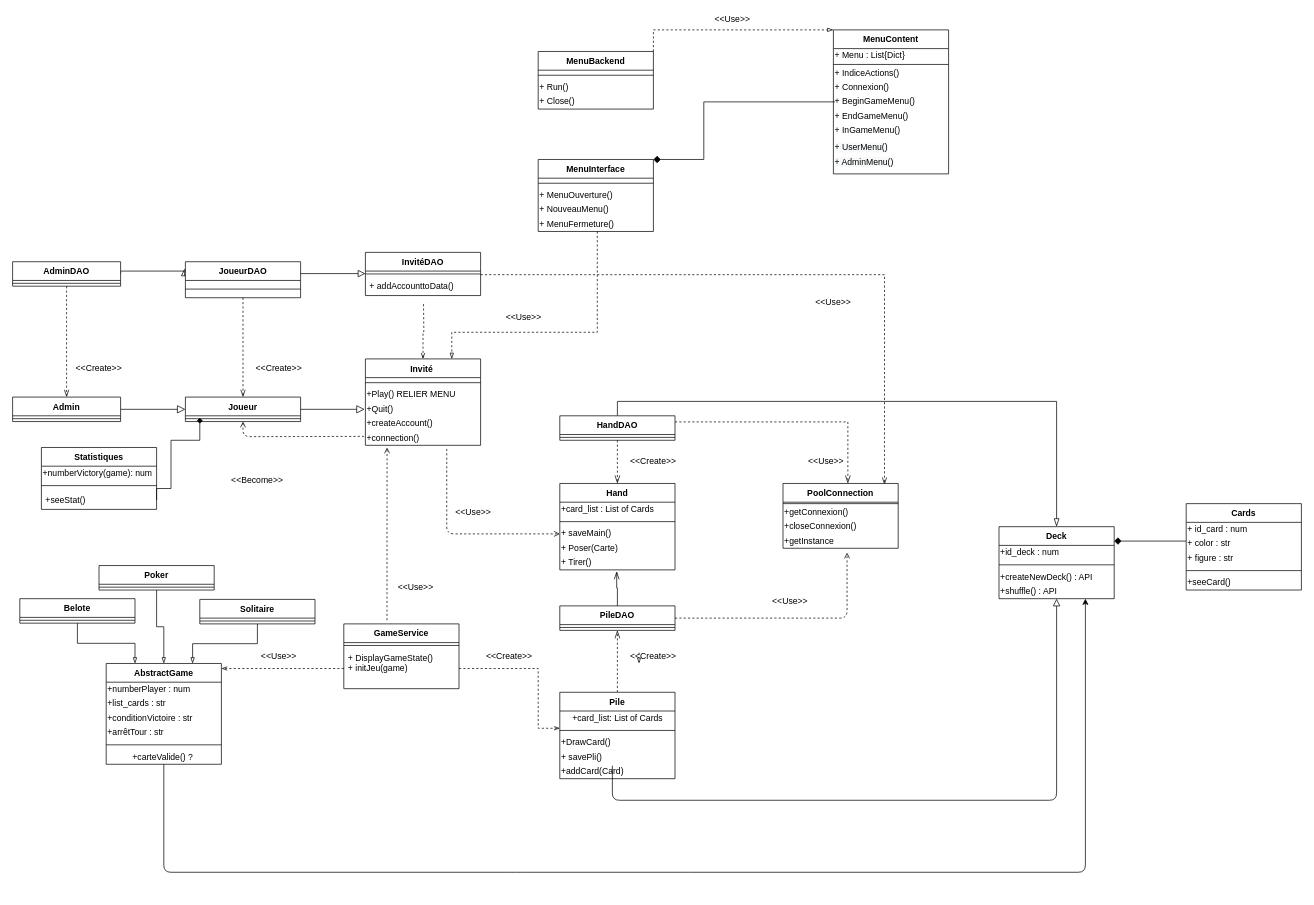
Earlier version of the draw.io diagram Diagrams/ClassDiagram.drawio (MailineN/ProjetInfo2A). Source tidied: cells renumbered, new cells numbered last; positions are measured from the earlier drawing's top-left corner, leaving out a move shared by most shapes. Both pictures are drawn from the tidied source at 72%, with x=0, y=0 at pixel (12, 12).
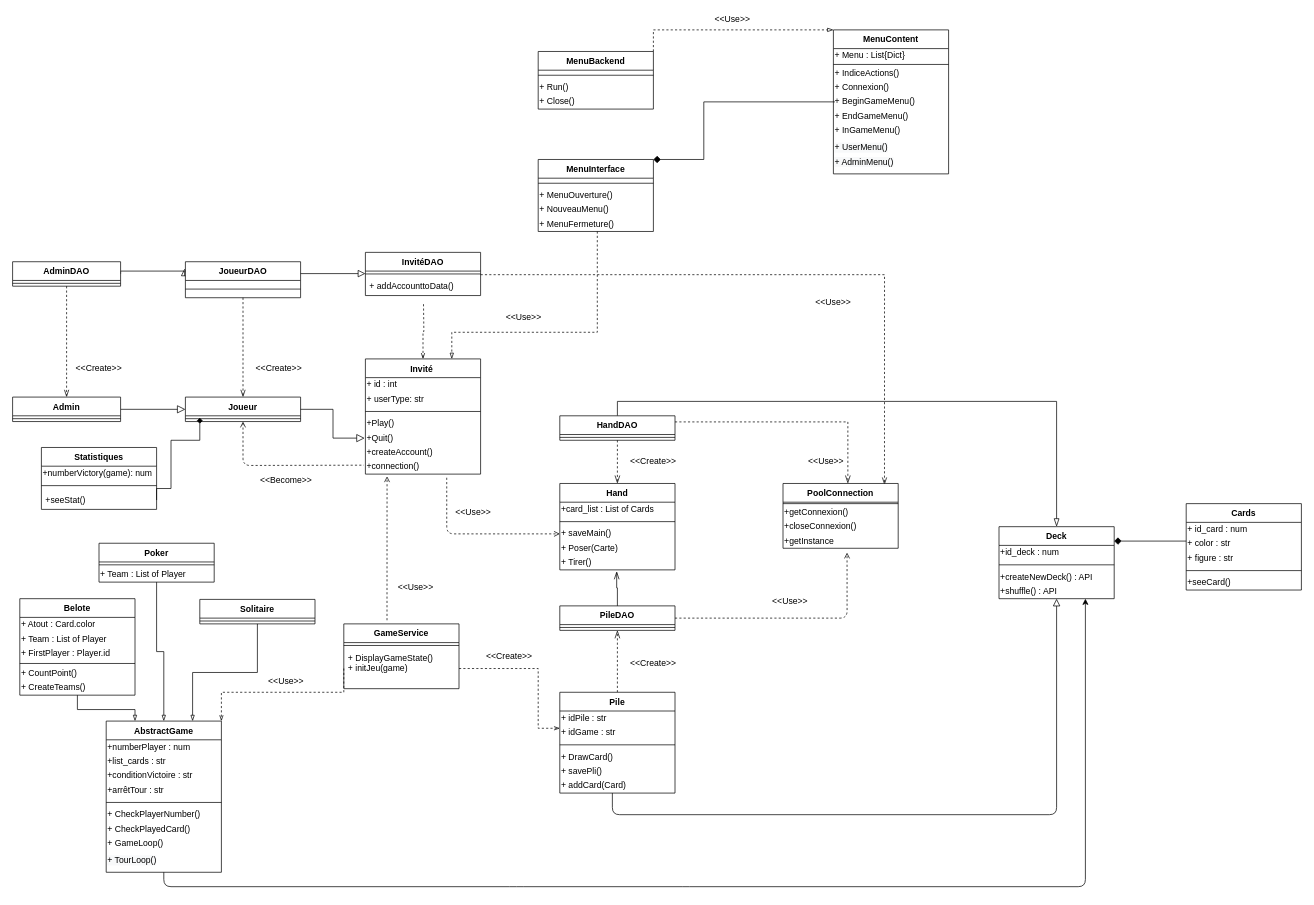
After the change.

Unchanged cells that the change refers to:
```xml
<mxCell id="10" value="+ DisplayGameState()&#10;+ initJeu(game)" style="text;strokeColor=none;fillColor=none;align=left;verticalAlign=top;spacingLeft=4;spacingRight=4;overflow=hidden;points=[[0,0.5],[1,0.5]];portConstraint=eastwest;" parent="8" vertex="1">
  <mxGeometry y="34" width="160" height="56" as="geometry" />
</mxCell>
<mxCell id="25" value="Joueur&#10;" style="swimlane;fontStyle=1;align=center;verticalAlign=top;horizontal=1;startSize=26;fontColor=none;" parent="1" vertex="1">
  <mxGeometry x="240" y="534" width="160" height="34" as="geometry" />
</mxCell>
<mxCell id="42" value="Deck" style="swimlane;fontStyle=1;align=center;verticalAlign=top;horizontal=1;startSize=26;fontColor=none;" parent="1" vertex="1">
  <mxGeometry x="1370" y="714" width="160" height="100" as="geometry" />
</mxCell>
```

Change to the diagram source:
```diff
@@
-    <mxCell id="5" style="edgeStyle=orthogonalEdgeStyle;rounded=0;jettySize=auto;html=1;exitX=0;exitY=0.5;exitDx=0;exitDy=0;entryX=1;entryY=0.5;entryDx=0;entryDy=0;endArrow=openThin;endFill=0;fontColor=none;dashed=1;" parent="1" edge="1" source="10">
+    <mxCell id="5" style="edgeStyle=orthogonalEdgeStyle;rounded=0;jettySize=auto;html=1;exitX=0;exitY=0.5;exitDx=0;exitDy=0;entryX=1;entryY=0;entryDx=0;entryDy=0;endArrow=openThin;endFill=0;fontColor=none;dashed=1;" parent="1" edge="1" source="10" target="80">
       <mxGeometry relative="1" as="geometry">
-        <mxPoint x="290" y="911" as="targetPoint" />
+        <Array as="points">
+          <mxPoint x="460" y="944" />
+          <mxPoint x="290" y="944" />
+        </Array>
       </mxGeometry>
     </mxCell>
     <mxCell id="6" value="&amp;lt;&amp;lt;Use&amp;gt;&amp;gt;" style="text;html=1;strokeColor=none;fillColor=none;align=center;verticalAlign=middle;whiteSpace=wrap;rounded=0;fontColor=none;" parent="1" vertex="1">
-      <mxGeometry x="350" y="884" width="40" height="20" as="geometry" />
+      <mxGeometry x="360" y="919" width="40" height="20" as="geometry" />
     </mxCell>
@@
     <mxCell id="32" value="Pile" style="swimlane;fontStyle=1;align=center;verticalAlign=top;horizontal=1;startSize=26;fontColor=none;" parent="1" vertex="1">
-      <mxGeometry x="760" y="944" width="160" height="120" as="geometry" />
+      <mxGeometry x="760" y="944" width="160" height="140" as="geometry" />
     </mxCell>
-    <mxCell id="33" value="+card_list: List of Cards" style="text;html=1;align=center;verticalAlign=middle;fontColor=none;" parent="32" vertex="1">
-      <mxGeometry y="26" width="160" height="20" as="geometry" />
-    </mxCell>
+    <mxCell id="134" value="+ idPile : str" style="text;html=1;align=left;verticalAlign=middle;fontColor=none;" parent="32" vertex="1">
+      <mxGeometry y="26" width="160" height="20" as="geometry" />
+    </mxCell>
+    <mxCell id="135" value="+ idGame : str" style="text;html=1;align=left;verticalAlign=middle;fontColor=none;" parent="32" vertex="1">
+      <mxGeometry y="46" width="160" height="20" as="geometry" />
+    </mxCell>
     <mxCell id="34" style="line;strokeWidth=1;fillColor=none;align=left;verticalAlign=middle;spacingTop=-1;spacingLeft=3;spacingRight=3;labelPosition=right;" parent="32" vertex="1">
-      <mxGeometry y="46" width="160" height="14" as="geometry" />
+      <mxGeometry y="66" width="160" height="14" as="geometry" />
     </mxCell>
-    <mxCell id="35" value="+DrawCard()" style="text;html=1;align=left;verticalAlign=middle;fontColor=none;" parent="32" vertex="1">
-      <mxGeometry y="60" width="160" height="20" as="geometry" />
+    <mxCell id="35" value="+ DrawCard()" style="text;html=1;align=left;verticalAlign=middle;fontColor=none;" parent="32" vertex="1">
+      <mxGeometry y="80" width="160" height="20" as="geometry" />
     </mxCell>
     <mxCell id="36" value="+ savePli()" style="text;html=1;align=left;verticalAlign=middle;fontColor=none;" parent="32" vertex="1">
-      <mxGeometry y="80" width="160" height="20" as="geometry" />
+      <mxGeometry y="100" width="160" height="20" as="geometry" />
     </mxCell>
-    <mxCell id="37" value="+addCard(Card)" style="text;html=1;align=left;verticalAlign=middle;fontColor=none;" parent="32" vertex="1">
-      <mxGeometry y="100" width="160" height="20" as="geometry" />
+    <mxCell id="37" value="+ addCard(Card)" style="text;html=1;align=left;verticalAlign=middle;fontColor=none;" parent="32" vertex="1">
+      <mxGeometry y="120" width="160" height="20" as="geometry" />
     </mxCell>
@@
-    <mxCell id="39" value="&amp;lt;&amp;lt;Create&amp;gt;&amp;gt;" style="text;html=1;strokeColor=none;fillColor=none;align=center;verticalAlign=middle;whiteSpace=wrap;rounded=0;fontColor=none;" parent="1" vertex="1">
-      <mxGeometry x="870" y="884" width="40" height="20" as="geometry" />
-    </mxCell>
@@
     <mxCell id="47" style="endArrow=block;html=1;strokeWidth=1;fontColor=none;entryX=0.5;entryY=1;entryDx=0;entryDy=0;endFill=0;endSize=8;" parent="1" edge="1" target="42">
       <mxGeometry relative="1" as="geometry">
-        <mxPoint x="833" y="1046" as="sourcePoint" />
+        <mxPoint x="833" y="1084" as="sourcePoint" />
         <Array as="points">
-          <mxPoint x="833" y="1094" />
-          <mxPoint x="1450" y="1094" />
+          <mxPoint x="833" y="1114" />
+          <mxPoint x="1450" y="1114" />
         </Array>
       </mxGeometry>
     </mxCell>
@@
     <mxCell id="49" style="endArrow=classic;html=1;strokeWidth=1;fontColor=none;exitX=0.5;exitY=1;exitDx=0;exitDy=0;entryX=0.75;entryY=1;entryDx=0;entryDy=0;" parent="1" edge="1" source="80" target="42">
       <mxGeometry relative="1" as="geometry">
         <Array as="points">
-          <mxPoint x="210" y="1194" />
-          <mxPoint x="700" y="1194" />
-          <mxPoint x="930" y="1194" />
-          <mxPoint x="1490" y="1194" />
+          <mxPoint x="210" y="1214" />
+          <mxPoint x="700" y="1214" />
+          <mxPoint x="930" y="1214" />
+          <mxPoint x="1490" y="1214" />
         </Array>
       </mxGeometry>
     </mxCell>
@@
     <mxCell id="64" value="Invité " style="swimlane;fontStyle=1;align=center;verticalAlign=top;horizontal=1;startSize=26;fontColor=none;" parent="1" vertex="1">
-      <mxGeometry x="490" y="481" width="160" height="120" as="geometry" />
+      <mxGeometry x="490" y="481" width="160" height="160" as="geometry" />
     </mxCell>
+    <mxCell id="136" value="+ id : int" style="text;html=1;align=left;verticalAlign=middle;fontColor=none;" parent="64" vertex="1">
+      <mxGeometry y="26" width="160" height="20" as="geometry" />
+    </mxCell>
+    <mxCell id="137" value="+ userType: str" style="text;html=1;align=left;verticalAlign=middle;fontColor=none;" parent="64" vertex="1">
+      <mxGeometry y="46" width="160" height="20" as="geometry" />
+    </mxCell>
     <mxCell id="65" style="line;strokeWidth=1;fillColor=none;align=left;verticalAlign=middle;spacingTop=-1;spacingLeft=3;spacingRight=3;labelPosition=right;" parent="64" vertex="1">
-      <mxGeometry y="26" width="160" height="14" as="geometry" />
+      <mxGeometry y="66" width="160" height="14" as="geometry" />
     </mxCell>
-    <mxCell id="66" value="+Play() RELIER MENU" style="text;html=1;align=left;verticalAlign=middle;fontColor=none;" parent="64" vertex="1">
-      <mxGeometry y="40" width="160" height="20" as="geometry" />
+    <mxCell id="66" value="+Play()" style="text;html=1;align=left;verticalAlign=middle;fontColor=none;" parent="64" vertex="1">
+      <mxGeometry y="80" width="160" height="20" as="geometry" />
     </mxCell>
     <mxCell id="67" value="+Quit()" style="text;html=1;align=left;verticalAlign=middle;points=[];fontColor=none;" parent="64" vertex="1">
-      <mxGeometry y="60" width="160" height="20" as="geometry" />
+      <mxGeometry y="100" width="160" height="20" as="geometry" />
     </mxCell>
     <mxCell id="68" value="+createAccount()" style="text;html=1;align=left;verticalAlign=middle;fontColor=none;" parent="64" vertex="1">
-      <mxGeometry y="80" width="160" height="20" as="geometry" />
+      <mxGeometry y="120" width="160" height="20" as="geometry" />
     </mxCell>
     <mxCell id="69" value="+connection()" style="text;html=1;align=left;verticalAlign=middle;points=[];fontColor=none;" parent="64" vertex="1">
-      <mxGeometry y="100" width="160" height="20" as="geometry" />
+      <mxGeometry y="140" width="160" height="20" as="geometry" />
     </mxCell>
     <mxCell id="70" style="endArrow=none;dashed=1;html=1;strokeWidth=1;fontColor=none;entryX=-0.013;entryY=0.379;entryDx=0;entryDy=0;entryPerimeter=0;exitX=0.5;exitY=1;exitDx=0;exitDy=0;endFill=0;startArrow=open;startFill=0;" parent="1" edge="1" source="25" target="69">
       <mxGeometry relative="1" as="geometry">
         <Array as="points">
-          <mxPoint x="320" y="589" />
+          <mxPoint x="320" y="629" />
         </Array>
       </mxGeometry>
     </mxCell>
     <mxCell id="71" value="&amp;lt;&amp;lt;Become&amp;gt;&amp;gt;" style="text;html=1;strokeColor=none;fillColor=none;align=center;verticalAlign=middle;whiteSpace=wrap;rounded=0;fontColor=none;" parent="1" vertex="1">
-      <mxGeometry x="320" y="641" width="40" height="17" as="geometry" />
+      <mxGeometry x="360" y="641" width="40" height="17" as="geometry" />
     </mxCell>
@@
-    <mxCell id="80" value="AbstractGame" style="swimlane;fontStyle=1;align=center;verticalAlign=top;horizontal=1;startSize=26;" parent="1" vertex="1">
-      <mxGeometry x="130" y="904" width="160" height="140" as="geometry" />
-    </mxCell>
-    <mxCell id="81" value="+numberPlayer : num" style="text;html=1;align=left;verticalAlign=middle;fontColor=none;" parent="80" vertex="1">
-      <mxGeometry y="26" width="160" height="20" as="geometry" />
-    </mxCell>
-    <mxCell id="82" value="+list_cards : str" style="text;html=1;align=left;verticalAlign=middle;fontColor=none;" parent="80" vertex="1">
-      <mxGeometry y="46" width="160" height="20" as="geometry" />
-    </mxCell>
-    <mxCell id="83" value="+conditionVictoire : str" style="text;html=1;align=left;verticalAlign=middle;fontColor=none;" parent="80" vertex="1">
-      <mxGeometry y="66" width="160" height="20" as="geometry" />
-    </mxCell>
-    <mxCell id="84" value="+arrêtTour : str" style="text;html=1;align=left;verticalAlign=middle;fontColor=none;" parent="80" vertex="1">
-      <mxGeometry y="86" width="160" height="20" as="geometry" />
-    </mxCell>
-    <mxCell id="85" style="line;strokeWidth=1;fillColor=none;align=left;verticalAlign=middle;spacingTop=-1;spacingLeft=3;spacingRight=3;labelPosition=right;" parent="80" vertex="1">
-      <mxGeometry y="106" width="160" height="14" as="geometry" />
-    </mxCell>
-    <mxCell id="86" value="+carteValide() ?&amp;nbsp;" style="text;html=1;align=center;verticalAlign=middle;fontColor=none;" parent="80" vertex="1">
-      <mxGeometry y="120" width="160" height="20" as="geometry" />
-    </mxCell>
@@
-    <mxCell id="90" style="edgeStyle=orthogonalEdgeStyle;rounded=0;orthogonalLoop=1;jettySize=auto;html=1;exitX=0;exitY=0.25;exitDx=0;exitDy=0;entryX=0;entryY=1;entryDx=0;entryDy=0;dashed=1;startArrow=none;startFill=0;endArrow=openThin;endFill=0;" parent="1" edge="1" source="39" target="39">
-      <mxGeometry relative="1" as="geometry" />
-    </mxCell>
@@
     <mxCell id="99" value="Belote" style="swimlane;fontStyle=1;align=center;verticalAlign=top;horizontal=1;startSize=26;fontColor=none;" parent="1" vertex="1">
-      <mxGeometry x="10" y="814" width="160" height="34" as="geometry" />
+      <mxGeometry x="10" y="814" width="160" height="134" as="geometry" />
     </mxCell>
+    <mxCell id="138" value="+ Atout : Card.color" style="text;html=1;align=left;verticalAlign=middle;fontColor=none;" parent="99" vertex="1">
+      <mxGeometry y="26" width="160" height="20" as="geometry" />
+    </mxCell>
+    <mxCell id="139" value="+ Team : List of Player" style="text;html=1;align=left;verticalAlign=middle;fontColor=none;" parent="99" vertex="1">
+      <mxGeometry y="46" width="160" height="20" as="geometry" />
+    </mxCell>
+    <mxCell id="140" value="+ FirstPlayer : Player.id" style="text;html=1;align=left;verticalAlign=middle;fontColor=none;" parent="99" vertex="1">
+      <mxGeometry y="66" width="160" height="20" as="geometry" />
+    </mxCell>
     <mxCell id="100" style="line;strokeWidth=1;fillColor=none;align=left;verticalAlign=middle;spacingTop=-1;spacingLeft=3;spacingRight=3;labelPosition=right;" parent="99" vertex="1">
-      <mxGeometry y="26" width="160" height="8" as="geometry" />
+      <mxGeometry y="86" width="160" height="8" as="geometry" />
     </mxCell>
-    <mxCell id="101" value="Poker" style="swimlane;fontStyle=1;align=center;verticalAlign=top;horizontal=1;startSize=26;fontColor=none;" parent="1" vertex="1">
-      <mxGeometry x="120" y="768" width="160" height="34" as="geometry" />
-    </mxCell>
-    <mxCell id="102" style="line;strokeWidth=1;fillColor=none;align=left;verticalAlign=middle;spacingTop=-1;spacingLeft=3;spacingRight=3;labelPosition=right;" parent="101" vertex="1">
-      <mxGeometry y="26" width="160" height="8" as="geometry" />
-    </mxCell>
+    <mxCell id="141" value="+ CountPoint()" style="text;html=1;align=left;verticalAlign=middle;fontColor=none;" parent="99" vertex="1">
+      <mxGeometry y="94" width="160" height="20" as="geometry" />
+    </mxCell>
+    <mxCell id="142" value="+ CreateTeams()" style="text;html=1;align=left;verticalAlign=middle;fontColor=none;" parent="99" vertex="1">
+      <mxGeometry y="114" width="160" height="20" as="geometry" />
+    </mxCell>
@@
+    <mxCell id="101" value="Poker" style="swimlane;fontStyle=1;align=center;verticalAlign=top;horizontal=1;startSize=26;fontColor=none;" parent="1" vertex="1">
+      <mxGeometry x="120" y="737" width="160" height="54" as="geometry" />
+    </mxCell>
+    <mxCell id="102" style="line;strokeWidth=1;fillColor=none;align=left;verticalAlign=middle;spacingTop=-1;spacingLeft=3;spacingRight=3;labelPosition=right;" parent="101" vertex="1">
+      <mxGeometry y="26" width="160" height="8" as="geometry" />
+    </mxCell>
+    <mxCell id="143" value="+ Team : List of Player" style="text;html=1;align=left;verticalAlign=middle;fontColor=none;" parent="101" vertex="1">
+      <mxGeometry y="34" width="160" height="20" as="geometry" />
+    </mxCell>
+    <mxCell id="80" value="AbstractGame" style="swimlane;fontStyle=1;align=center;verticalAlign=top;horizontal=1;startSize=26;" parent="1" vertex="1">
+      <mxGeometry x="130" y="984" width="160" height="210" as="geometry" />
+    </mxCell>
+    <mxCell id="81" value="+numberPlayer : num" style="text;html=1;align=left;verticalAlign=middle;fontColor=none;" parent="80" vertex="1">
+      <mxGeometry y="26" width="160" height="20" as="geometry" />
+    </mxCell>
+    <mxCell id="82" value="+list_cards : str" style="text;html=1;align=left;verticalAlign=middle;fontColor=none;" parent="80" vertex="1">
+      <mxGeometry y="46" width="160" height="20" as="geometry" />
+    </mxCell>
+    <mxCell id="83" value="+conditionVictoire : str" style="text;html=1;align=left;verticalAlign=middle;fontColor=none;" parent="80" vertex="1">
+      <mxGeometry y="66" width="160" height="20" as="geometry" />
+    </mxCell>
+    <mxCell id="84" value="+arrêtTour : str" style="text;html=1;align=left;verticalAlign=middle;fontColor=none;" parent="80" vertex="1">
+      <mxGeometry y="86" width="160" height="20" as="geometry" />
+    </mxCell>
+    <mxCell id="85" style="line;strokeWidth=1;fillColor=none;align=left;verticalAlign=middle;spacingTop=-1;spacingLeft=3;spacingRight=3;labelPosition=right;" parent="80" vertex="1">
+      <mxGeometry y="106" width="160" height="14" as="geometry" />
+    </mxCell>
+    <mxCell id="144" value="+ CheckPlayerNumber()" style="text;html=1;align=left;verticalAlign=middle;fontColor=none;" parent="80" vertex="1">
+      <mxGeometry y="120" width="160" height="20" as="geometry" />
+    </mxCell>
+    <mxCell id="145" value="+ CheckPlayedCard()" style="text;html=1;align=left;verticalAlign=middle;fontColor=none;" parent="80" vertex="1">
+      <mxGeometry y="140" width="160" height="20" as="geometry" />
+    </mxCell>
+    <mxCell id="146" value="+ GameLoop()" style="text;html=1;align=left;verticalAlign=middle;fontColor=none;" parent="80" vertex="1">
+      <mxGeometry y="160" width="160" height="20" as="geometry" />
+    </mxCell>
+    <mxCell id="147" value="&lt;span style=&quot;color: rgb(0 , 0 , 0) ; font-family: &amp;#34;helvetica&amp;#34; ; font-size: 12px ; font-style: normal ; font-weight: 400 ; letter-spacing: normal ; text-align: left ; text-indent: 0px ; text-transform: none ; word-spacing: 0px ; background-color: rgb(248 , 249 , 250) ; display: inline ; float: none&quot;&gt;+ TourLoop()&lt;/span&gt;" style="text;whiteSpace=wrap;html=1;" parent="80" vertex="1">
+      <mxGeometry y="180" width="160" height="30" as="geometry" />
+    </mxCell>
+    <mxCell id="39" value="&amp;lt;&amp;lt;Create&amp;gt;&amp;gt;" style="text;html=1;strokeColor=none;fillColor=none;align=center;verticalAlign=middle;whiteSpace=wrap;rounded=0;fontColor=none;" parent="1" vertex="1">
+      <mxGeometry x="870" y="894" width="40" height="20" as="geometry" />
+    </mxCell>
```
